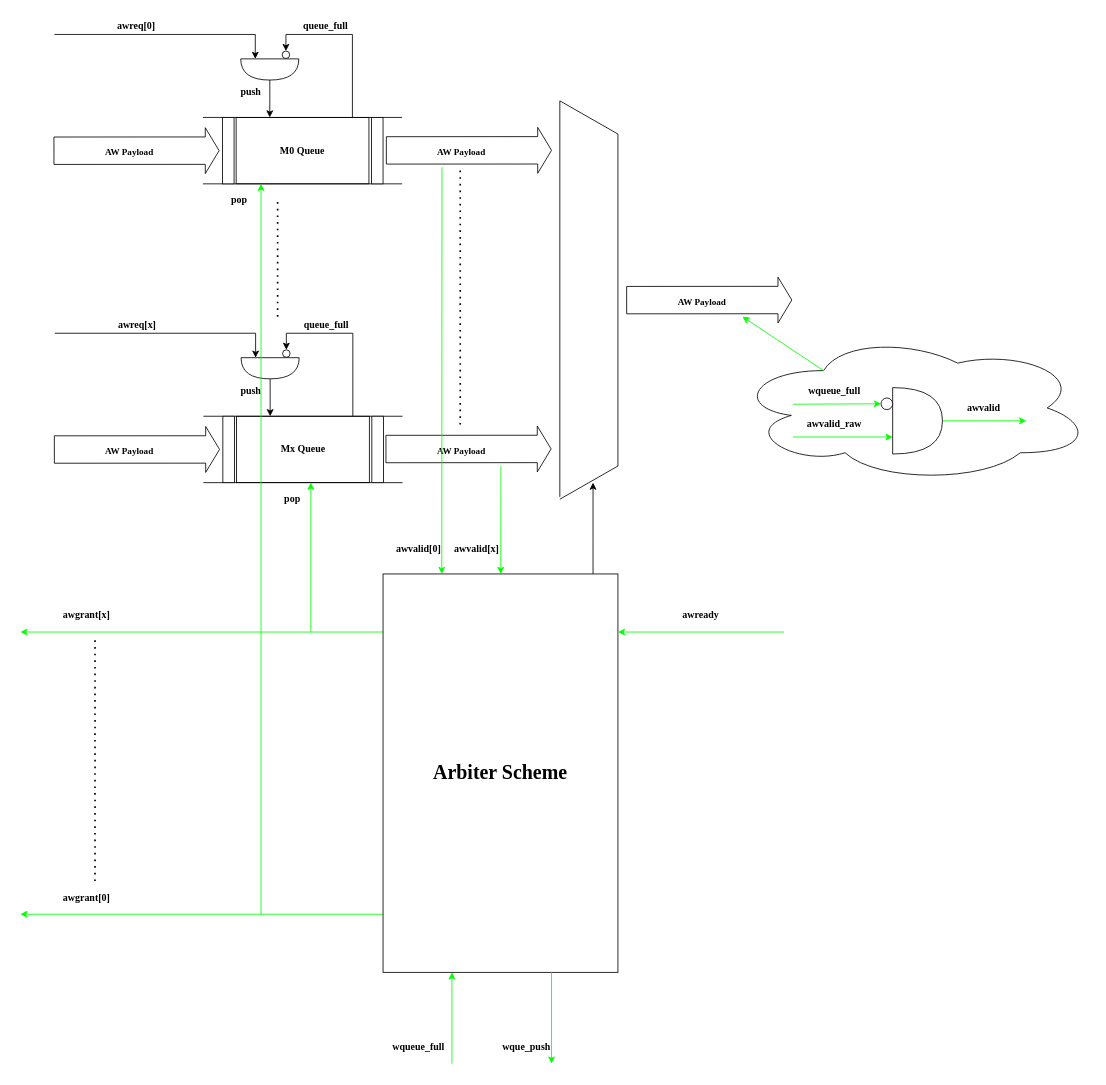
Earlier version of the draw.io diagram page "AW Arbiter" (4 of 14) of VG_AxiBus/Doc/reg_free.drawio (nguyenquanicd/VG_RTL). Source tidied: cells renumbered, new cells numbered last; positions are measured from the earlier drawing's top-left corner, leaving out a move shared by most shapes. Both pictures are drawn from the tidied source at 83%, with x=0, y=0 at pixel (20, 17).
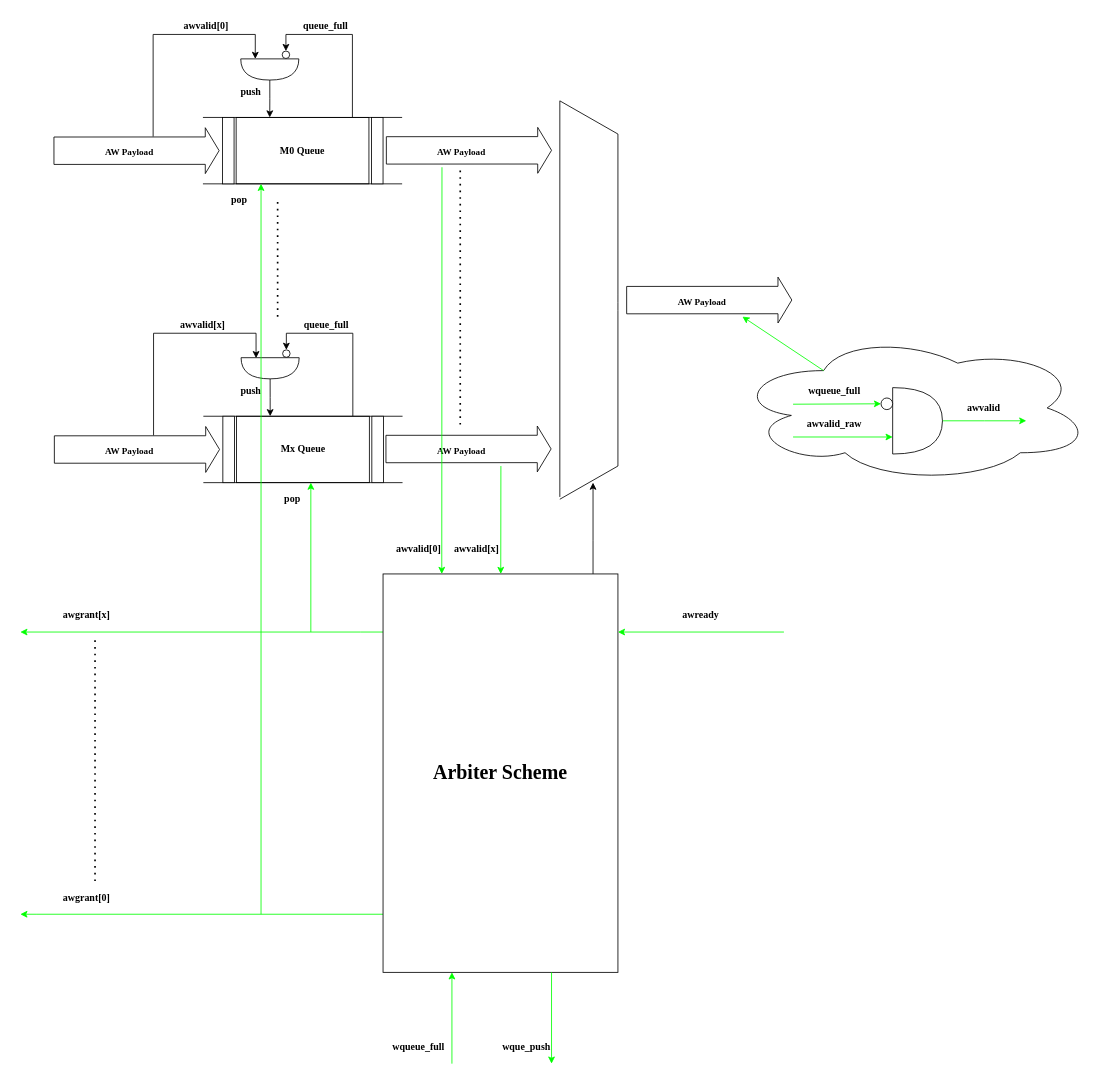
The same page after the edit.

Unchanged cells that the change refers to:
```xml
<mxCell id="14" style="shape=or;whiteSpace=wrap;html=1;rotation=90;" parent="1" vertex="1">
  <mxGeometry x="287.8" y="27.2" width="25.5" height="70" as="geometry" />
</mxCell>
<mxCell id="29" style="shape=or;whiteSpace=wrap;html=1;rotation=90;" parent="1" vertex="1">
  <mxGeometry x="288.2" y="387.2" width="25.5" height="70" as="geometry" />
</mxCell>
```

Change to the diagram source:
```diff
@@
-    <mxCell id="4" value="&lt;font face=&quot;Times New Roman&quot;&gt;&lt;b&gt;awreq[0]&lt;/b&gt;&lt;/font&gt;" style="text;html=1;strokeColor=none;fillColor=none;align=center;verticalAlign=middle;whiteSpace=wrap;rounded=0;" parent="1" vertex="1">
-      <mxGeometry x="120" width="40" height="20" as="geometry" />
+    <mxCell id="4" value="&lt;font face=&quot;Times New Roman&quot;&gt;&lt;b&gt;awvalid[0]&lt;/b&gt;&lt;/font&gt;" style="text;html=1;strokeColor=none;fillColor=none;align=center;verticalAlign=middle;whiteSpace=wrap;rounded=0;" parent="1" vertex="1">
+      <mxGeometry x="204" width="40" height="20" as="geometry" />
     </mxCell>
@@
     <mxCell id="7" style="edgeStyle=orthogonalEdgeStyle;rounded=0;jettySize=auto;html=1;strokeColor=#000000;entryX=0;entryY=0.75;entryDx=0;entryDy=0;entryPerimeter=0;" parent="1" edge="1" target="14">
       <mxGeometry relative="1" as="geometry">
-        <mxPoint x="41" y="20" as="sourcePoint" />
+        <mxPoint x="160" y="143" as="sourcePoint" />
         <Array as="points">
-          <mxPoint x="41" y="20" />
+          <mxPoint x="160" y="20" />
           <mxPoint x="283" y="20" />
         </Array>
       </mxGeometry>
     </mxCell>
@@
-    <mxCell id="19" value="&lt;font face=&quot;Times New Roman&quot;&gt;&lt;b&gt;awreq[x]&lt;/b&gt;&lt;/font&gt;" style="text;html=1;strokeColor=none;fillColor=none;align=center;verticalAlign=middle;whiteSpace=wrap;rounded=0;" parent="1" vertex="1">
-      <mxGeometry x="120.5" y="360" width="40" height="20" as="geometry" />
+    <mxCell id="19" value="&lt;font face=&quot;Times New Roman&quot;&gt;&lt;b&gt;awvalid[x]&lt;/b&gt;&lt;/font&gt;" style="text;html=1;strokeColor=none;fillColor=none;align=center;verticalAlign=middle;whiteSpace=wrap;rounded=0;" parent="1" vertex="1">
+      <mxGeometry x="200" y="360" width="40" height="20" as="geometry" />
     </mxCell>
@@
-    <mxCell id="22" style="edgeStyle=orthogonalEdgeStyle;rounded=0;jettySize=auto;html=1;strokeColor=#000000;entryX=0;entryY=0.75;entryDx=0;entryDy=0;entryPerimeter=0;" parent="1" edge="1" target="29">
-      <mxGeometry relative="1" as="geometry">
-        <mxPoint x="41.5" y="380" as="sourcePoint" />
-        <Array as="points">
-          <mxPoint x="41.5" y="380" />
-          <mxPoint x="283.5" y="380" />
-        </Array>
-      </mxGeometry>
-    </mxCell>
@@
+    <mxCell id="75" style="edgeStyle=orthogonalEdgeStyle;rounded=0;orthogonalLoop=1;jettySize=auto;html=1;strokeColor=#000000;" parent="1" edge="1">
+      <mxGeometry relative="1" as="geometry">
+        <mxPoint x="160.5" y="503" as="sourcePoint" />
+        <mxPoint x="284" y="410" as="targetPoint" />
+        <Array as="points">
+          <mxPoint x="160.5" y="380" />
+          <mxPoint x="283.5" y="380" />
+        </Array>
+      </mxGeometry>
+    </mxCell>
```
